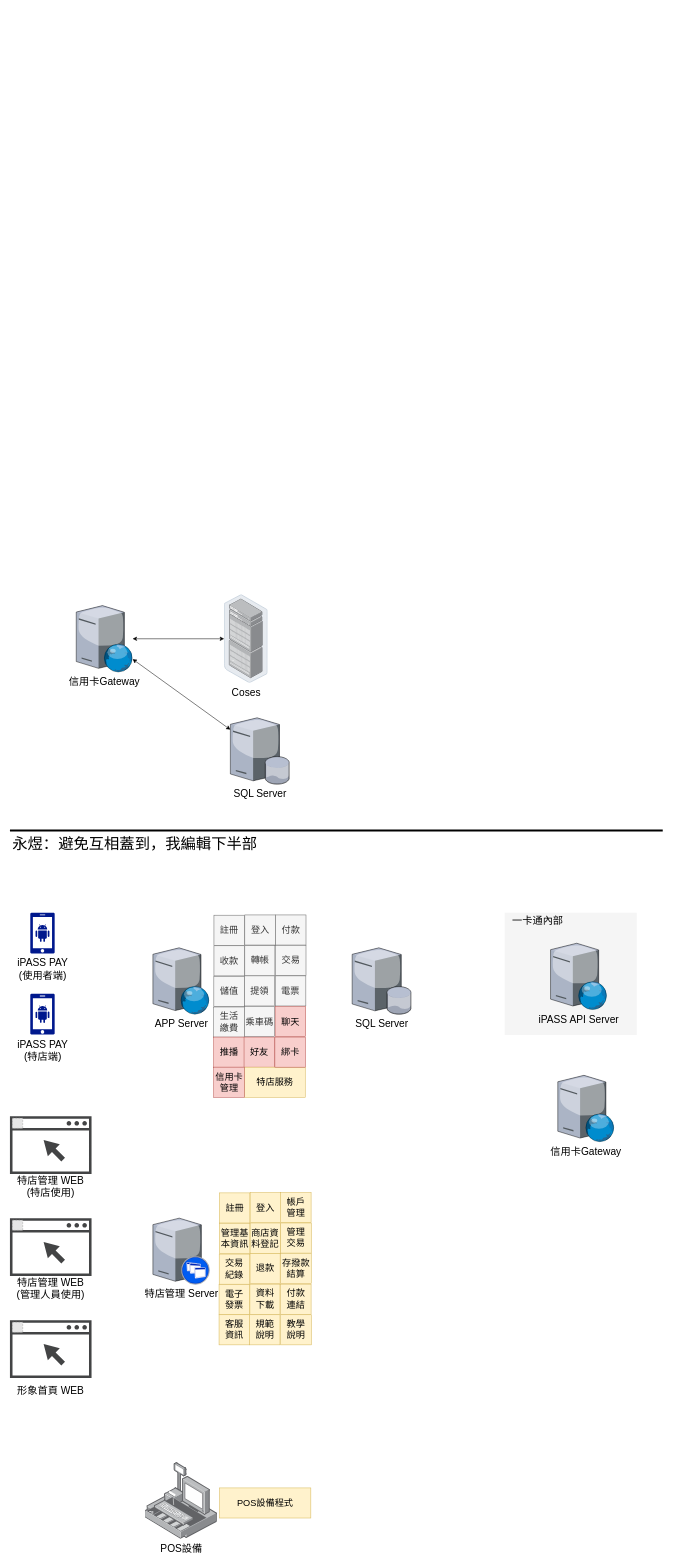
Earlier version of the draw.io diagram ServiceStructure.drawio (ChihLin8168/newDrawio). Source tidied: cells renumbered, new cells numbered last; positions are measured from the earlier drawing's top-left corner, leaving out a move shared by most shapes. Both pictures are drawn from the tidied source at 51%, with x=0, y=0 at pixel (10, 594). Pictures stored in the file or linked from it are replaced by grey dashed boxes.
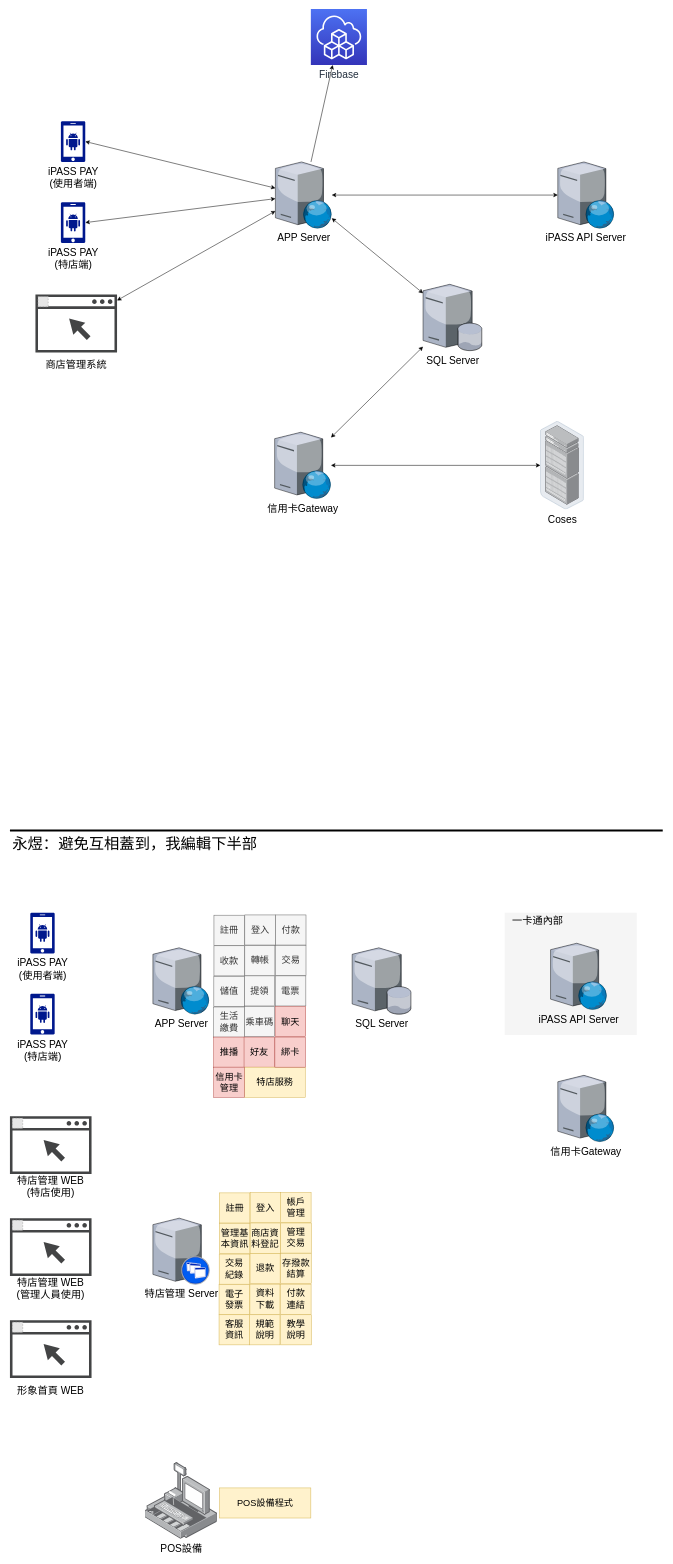
The same diagram, later.

Diff of the diagram source:
```diff
@@
     <mxCell id="60" value="信用卡Gateway" style="verticalLabelPosition=bottom;html=1;verticalAlign=top;strokeColor=none;align=center;outlineConnect=0;shape=mxgraph.citrix.web_server;fontSize=20;" parent="1" vertex="1">
-      <mxGeometry x="130" y="22" width="110.5" height="130" as="geometry" />
+      <mxGeometry x="519" y="-318" width="110.5" height="130" as="geometry" />
     </mxCell>
     <mxCell id="61" value="&lt;font style=&quot;font-size: 20px&quot;&gt;Coses&lt;/font&gt;" style="points=[];html=1;align=center;shadow=0;dashed=0;image;image=img/lib/allied_telesis/storage/Datacenter_Server_Rack_EoR.svg;" parent="1" vertex="1">
-      <mxGeometry x="420" y="0.3" width="85.8" height="173.4" as="geometry" />
+      <mxGeometry x="1040" y="-339.7" width="85.8" height="173.4" as="geometry" />
     </mxCell>
     <mxCell id="62" value="SQL Server" style="verticalLabelPosition=bottom;html=1;verticalAlign=top;strokeColor=none;align=center;outlineConnect=0;shape=mxgraph.citrix.database_server;fontSize=20;" parent="1" vertex="1">
-      <mxGeometry x="432.2" y="242" width="115.6" height="130" as="geometry" />
+      <mxGeometry x="810" y="-608" width="115.6" height="130" as="geometry" />
     </mxCell>
@@
+    <mxCell id="65" value="iPASS PAY&lt;br style=&quot;font-size: 20px;&quot;&gt;(使用者端)" style="shadow=0;dashed=0;html=1;strokeColor=none;labelPosition=center;verticalLabelPosition=bottom;verticalAlign=top;align=center;fillColor=#00188D;shape=mxgraph.mscae.enterprise.android_phone;fontSize=20;" parent="1" vertex="1">
+      <mxGeometry x="99.8" y="-928" width="48" height="80" as="geometry" />
+    </mxCell>
+    <mxCell id="66" value="iPASS PAY&lt;br style=&quot;font-size: 20px&quot;&gt;(特店端)" style="shadow=0;dashed=0;html=1;strokeColor=none;labelPosition=center;verticalLabelPosition=bottom;verticalAlign=top;align=center;fillColor=#00188D;shape=mxgraph.mscae.enterprise.android_phone;fontSize=20;" parent="1" vertex="1">
+      <mxGeometry x="99.8" y="-769" width="48" height="80" as="geometry" />
+    </mxCell>
+    <mxCell id="67" value="APP Server" style="verticalLabelPosition=bottom;html=1;verticalAlign=top;strokeColor=none;align=center;outlineConnect=0;shape=mxgraph.citrix.web_server;fontSize=20;" parent="1" vertex="1">
+      <mxGeometry x="520.5" y="-848" width="110.5" height="130" as="geometry" />
+    </mxCell>
+    <mxCell id="68" style="endArrow=classic;startArrow=classic;html=1;" parent="1" edge="1" source="62" target="67">
+      <mxGeometry relative="1" as="geometry" />
+    </mxCell>
+    <mxCell id="69" value="iPASS API Server" style="verticalLabelPosition=bottom;html=1;verticalAlign=top;strokeColor=none;align=center;outlineConnect=0;shape=mxgraph.citrix.web_server;fontSize=20;" parent="1" vertex="1">
+      <mxGeometry x="1074.2" y="-848" width="110.5" height="130" as="geometry" />
+    </mxCell>
+    <mxCell id="70" style="endArrow=classic;startArrow=classic;html=1;" parent="1" edge="1" source="67" target="69">
+      <mxGeometry relative="1" as="geometry" />
+    </mxCell>
+    <mxCell id="71" style="group;" parent="1" vertex="1">
+      <mxGeometry x="50" y="-588" width="160" height="160" as="geometry" />
+    </mxCell>
+    <mxCell id="72" style="group;" parent="71" vertex="1">
+      <mxGeometry width="160" height="113.6" as="geometry" />
+    </mxCell>
+    <mxCell id="73" style="shadow=0;dashed=0;html=1;strokeColor=none;fillColor=#434445;labelPosition=center;verticalLabelPosition=bottom;verticalAlign=top;align=center;outlineConnect=0;shape=mxgraph.vvd.web_browser;fontSize=20;" parent="72" vertex="1">
+      <mxGeometry width="160" height="113.6" as="geometry" />
+    </mxCell>
+    <mxCell id="74" style="fillColor=#E6E6E6;strokeColor=#999999;dashed=1;html=1;verticalAlign=top;verticalLabelPosition=bottom;labelBackgroundColor=#ffffff;fontSize=20;" parent="72" vertex="1">
+      <mxGeometry x="5" y="4" width="20" height="20" as="geometry" />
+    </mxCell>
+    <mxCell id="75" value="商店管理系統" style="text;html=1;strokeColor=none;fillColor=none;align=center;verticalAlign=middle;whiteSpace=wrap;rounded=0;fontSize=20;" parent="71" vertex="1">
+      <mxGeometry x="5" y="113.6" width="150" height="46.4" as="geometry" />
+    </mxCell>
+    <mxCell id="76" style="endArrow=classic;startArrow=classic;html=1;exitX=1;exitY=0.5;exitDx=0;exitDy=0;exitPerimeter=0;" parent="1" edge="1" source="65" target="67">
+      <mxGeometry relative="1" as="geometry" />
+    </mxCell>
+    <mxCell id="77" style="endArrow=classic;startArrow=classic;html=1;exitX=1;exitY=0.5;exitDx=0;exitDy=0;exitPerimeter=0;" parent="1" edge="1" source="66" target="67">
+      <mxGeometry relative="1" as="geometry" />
+    </mxCell>
+    <mxCell id="78" style="endArrow=classic;startArrow=classic;html=1;" parent="1" edge="1" source="73" target="67">
+      <mxGeometry relative="1" as="geometry" />
+    </mxCell>
+    <mxCell id="79" value="&lt;font style=&quot;font-size: 20px&quot;&gt;Firebase&lt;/font&gt;&lt;br&gt;" style="points=[[0,0,0],[0.25,0,0],[0.5,0,0],[0.75,0,0],[1,0,0],[0,1,0],[0.25,1,0],[0.5,1,0],[0.75,1,0],[1,1,0],[0,0.25,0],[0,0.5,0],[0,0.75,0],[1,0.25,0],[1,0.5,0],[1,0.75,0]];outlineConnect=0;fontColor=#232F3E;gradientColor=#4D72F3;gradientDirection=north;fillColor=#3334B9;strokeColor=#ffffff;dashed=0;verticalLabelPosition=bottom;verticalAlign=top;align=center;html=1;fontSize=12;fontStyle=0;shape=mxgraph.aws4.resourceIcon;resIcon=mxgraph.aws4.cloud_development_kit;" parent="1" vertex="1">
+      <mxGeometry x="590" y="-1148" width="110" height="110" as="geometry" />
+    </mxCell>
+    <mxCell id="80" style="endArrow=classic;html=1;" parent="1" edge="1" source="67" target="79">
+      <mxGeometry relative="1" as="geometry" />
+    </mxCell>
```
